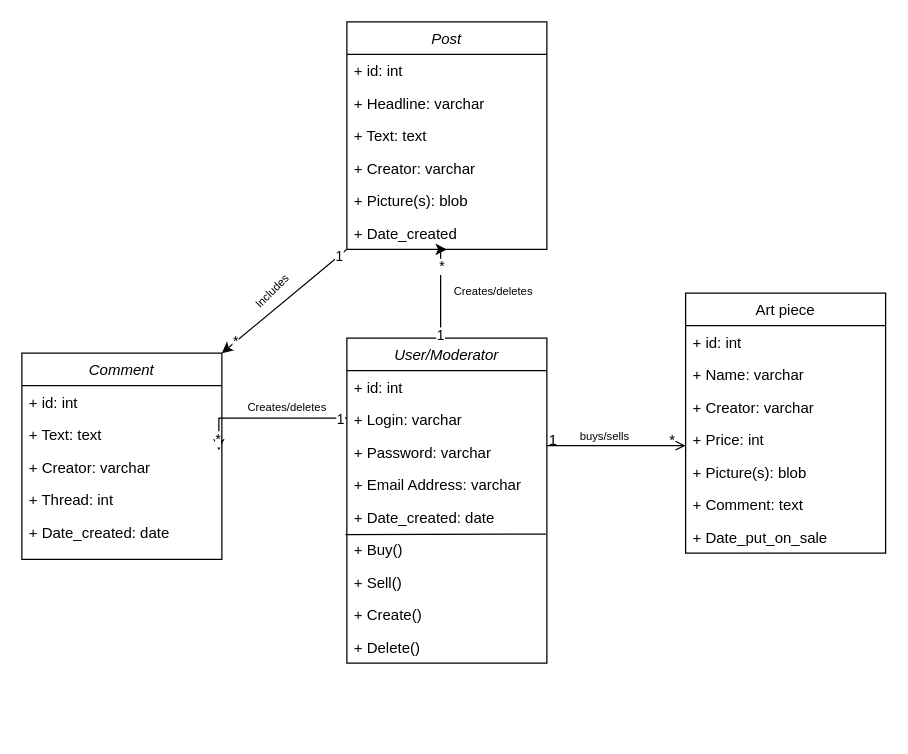
Earlier version of the draw.io diagram 2-SoftwareDesign/2.5-UMLProgramClasses/UMLProgramClasses.drawio (oleksandrblazhko/ai-212-yaroshuk). Source tidied: cells renumbered, new cells numbered last; positions are measured from the earlier drawing's top-left corner, leaving out a move shared by most shapes. Both pictures are drawn from the tidied source at 125%, with x=0, y=0 at pixel (21, 21).
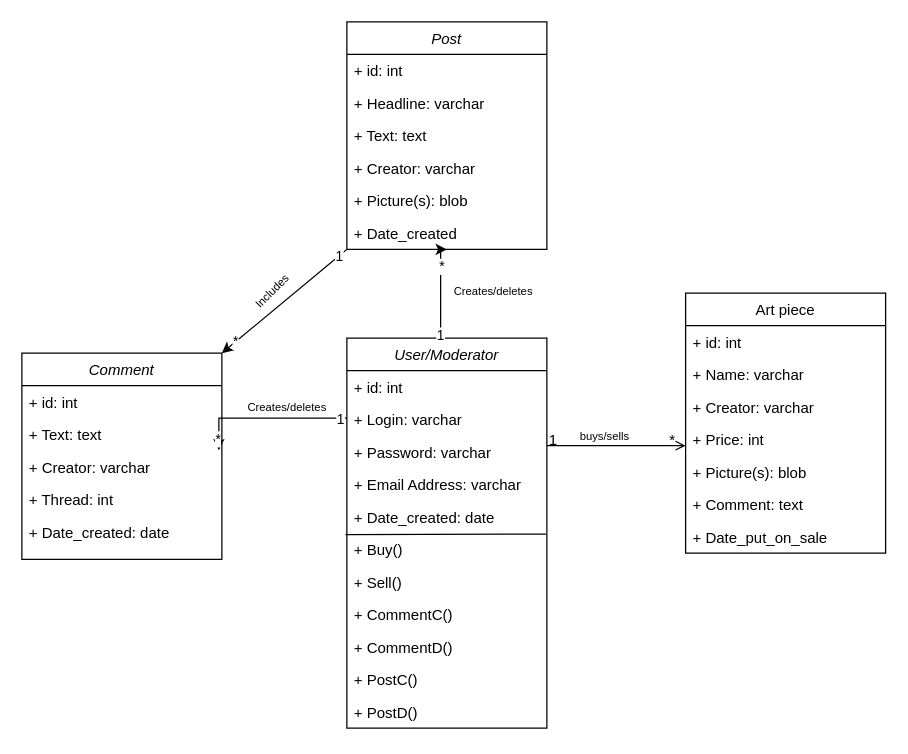
After the change.

Commit message (it also covers changes not shown here):
oopies updated diagram

The edit, as a diff of the source:
```diff
@@
     <mxCell id="2" value="User/Moderator" style="swimlane;fontStyle=2;align=center;verticalAlign=top;horizontal=1;startSize=26;rounded=0;shadow=0;strokeWidth=1;" parent="1" vertex="1">
-      <mxGeometry x="260" y="253" width="160" height="260" as="geometry" />
+      <mxGeometry x="260" y="253" width="160" height="312" as="geometry" />
     </mxCell>
@@
-    <mxCell id="11" value="+ Create()" style="text;align=left;verticalAlign=top;spacingLeft=4;spacingRight=4;overflow=hidden;" parent="2" vertex="1">
+    <mxCell id="11" value="+ CommentC()" style="text;align=left;verticalAlign=top;spacingLeft=4;spacingRight=4;overflow=hidden;" parent="2" vertex="1">
       <mxGeometry y="208" width="160" height="26" as="geometry" />
     </mxCell>
+    <mxCell id="50" value="+ CommentD()" style="text;align=left;verticalAlign=top;spacingLeft=4;spacingRight=4;overflow=hidden;" parent="2" vertex="1">
+      <mxGeometry y="234" width="160" height="26" as="geometry" />
+    </mxCell>
+    <mxCell id="51" value="+ PostC()" style="text;align=left;verticalAlign=top;spacingLeft=4;spacingRight=4;overflow=hidden;" parent="2" vertex="1">
+      <mxGeometry y="260" width="160" height="26" as="geometry" />
+    </mxCell>
-    <mxCell id="12" value="+ Delete()" style="text;align=left;verticalAlign=top;spacingLeft=4;spacingRight=4;overflow=hidden;" parent="2" vertex="1">
-      <mxGeometry y="234" width="160" height="26" as="geometry" />
+    <mxCell id="12" value="+ PostD()" style="text;align=left;verticalAlign=top;spacingLeft=4;spacingRight=4;overflow=hidden;" parent="2" vertex="1">
+      <mxGeometry y="286" width="160" height="26" as="geometry" />
     </mxCell>
```
